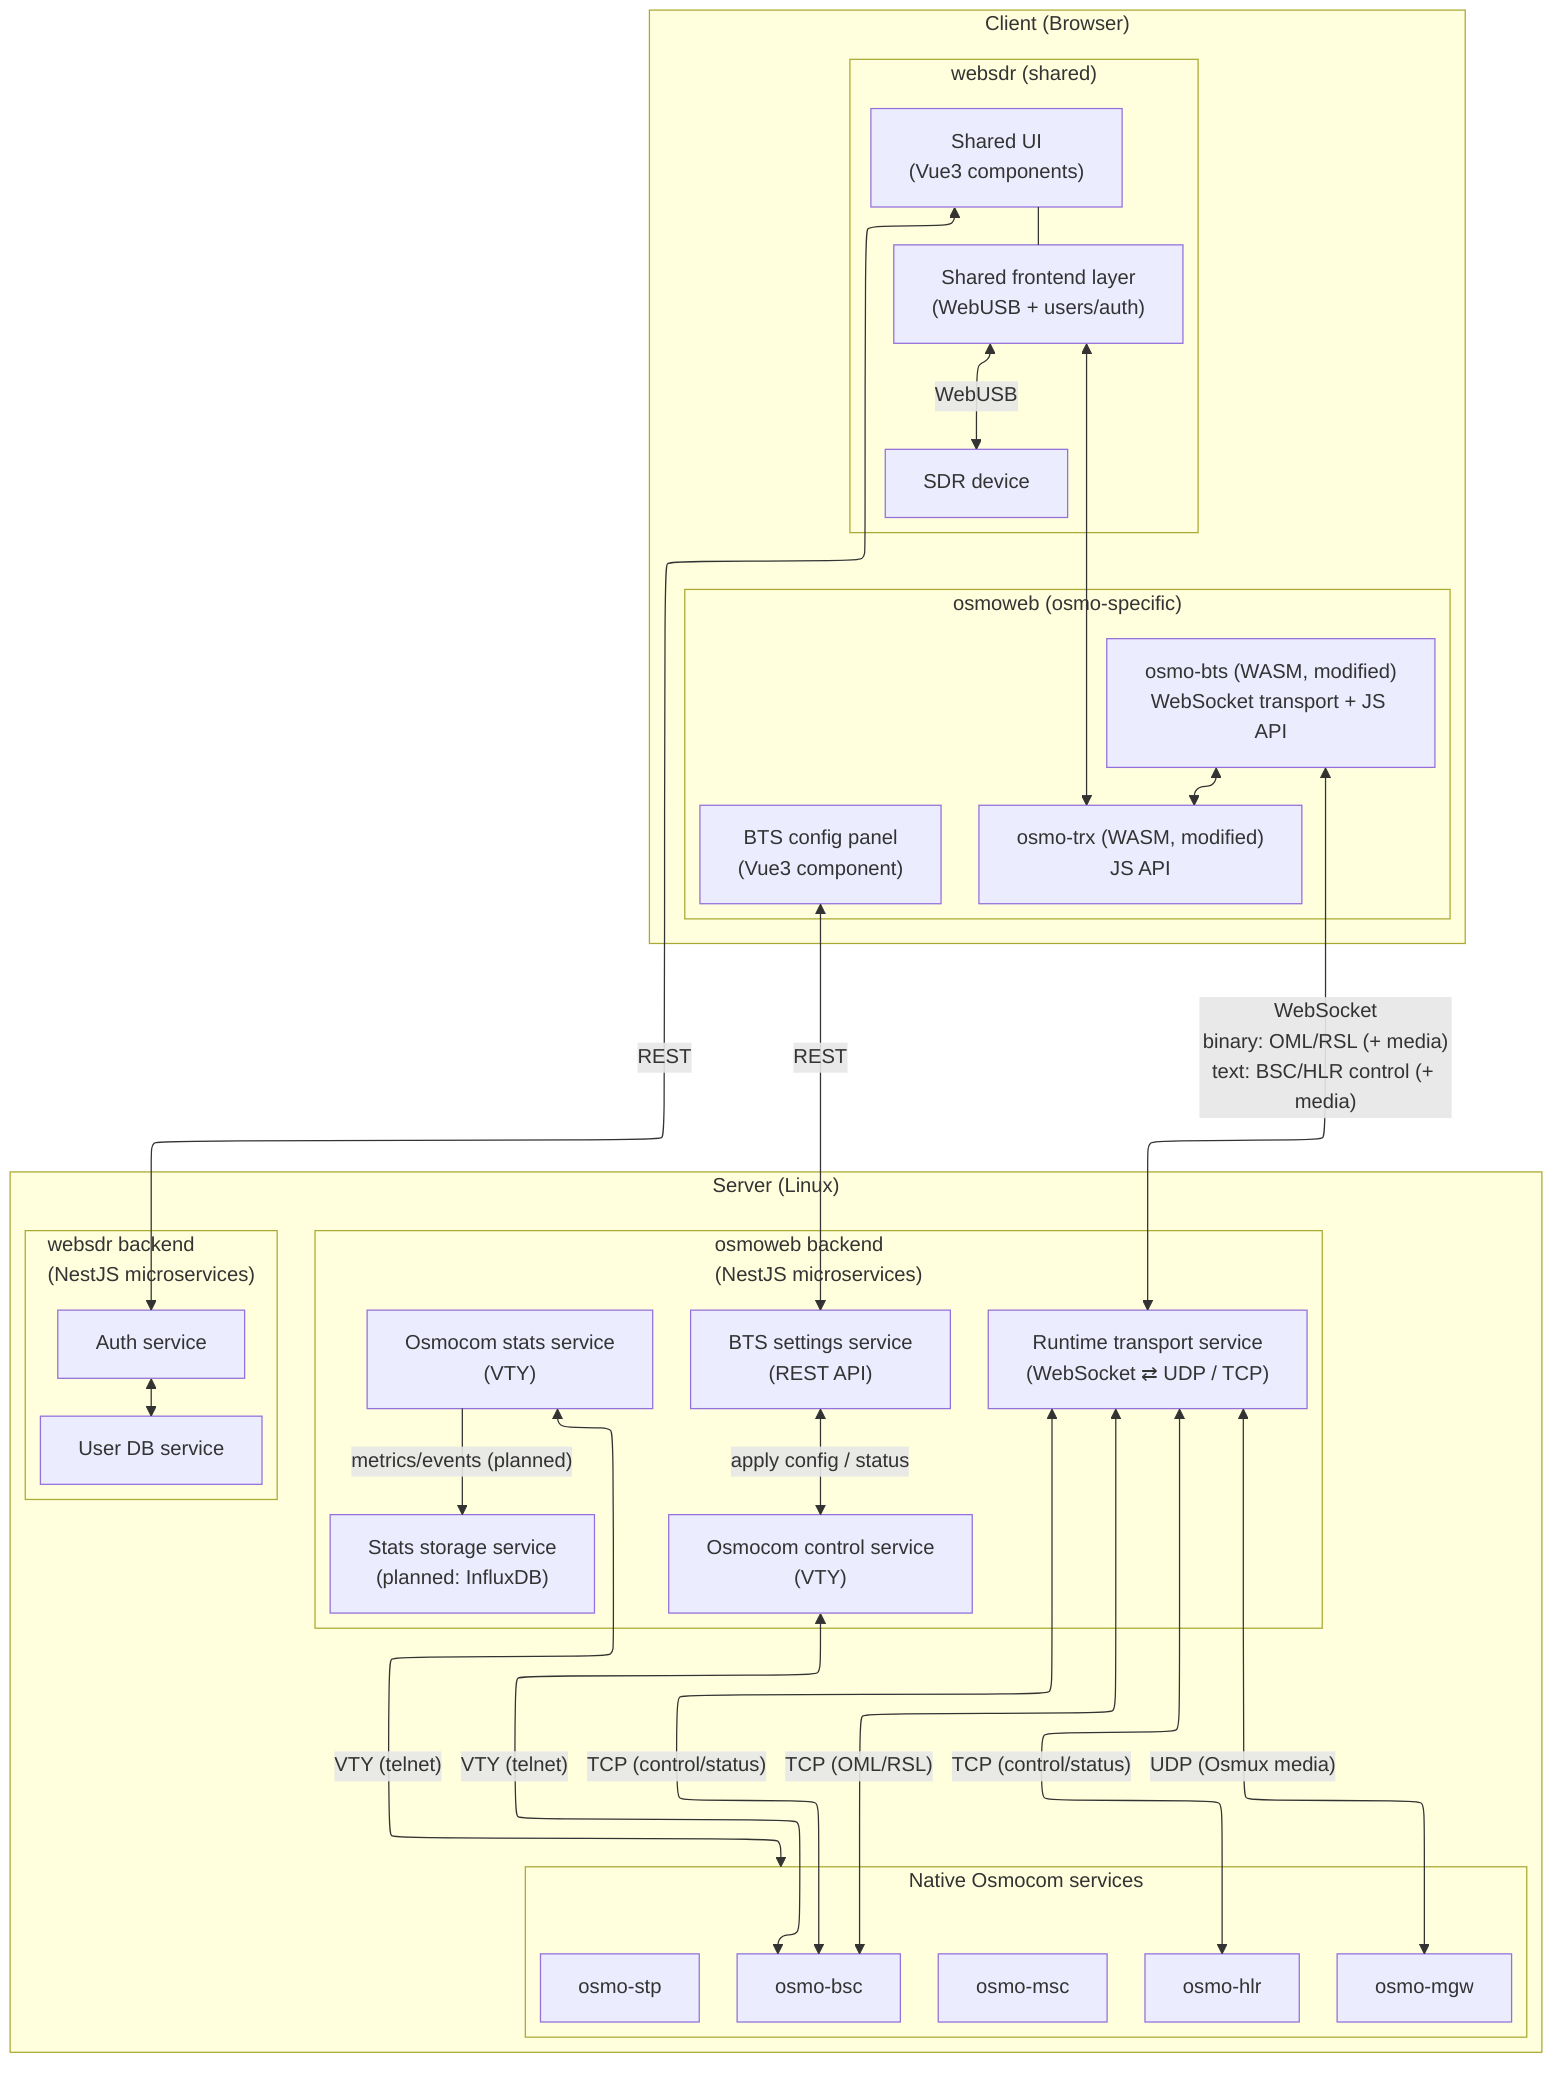
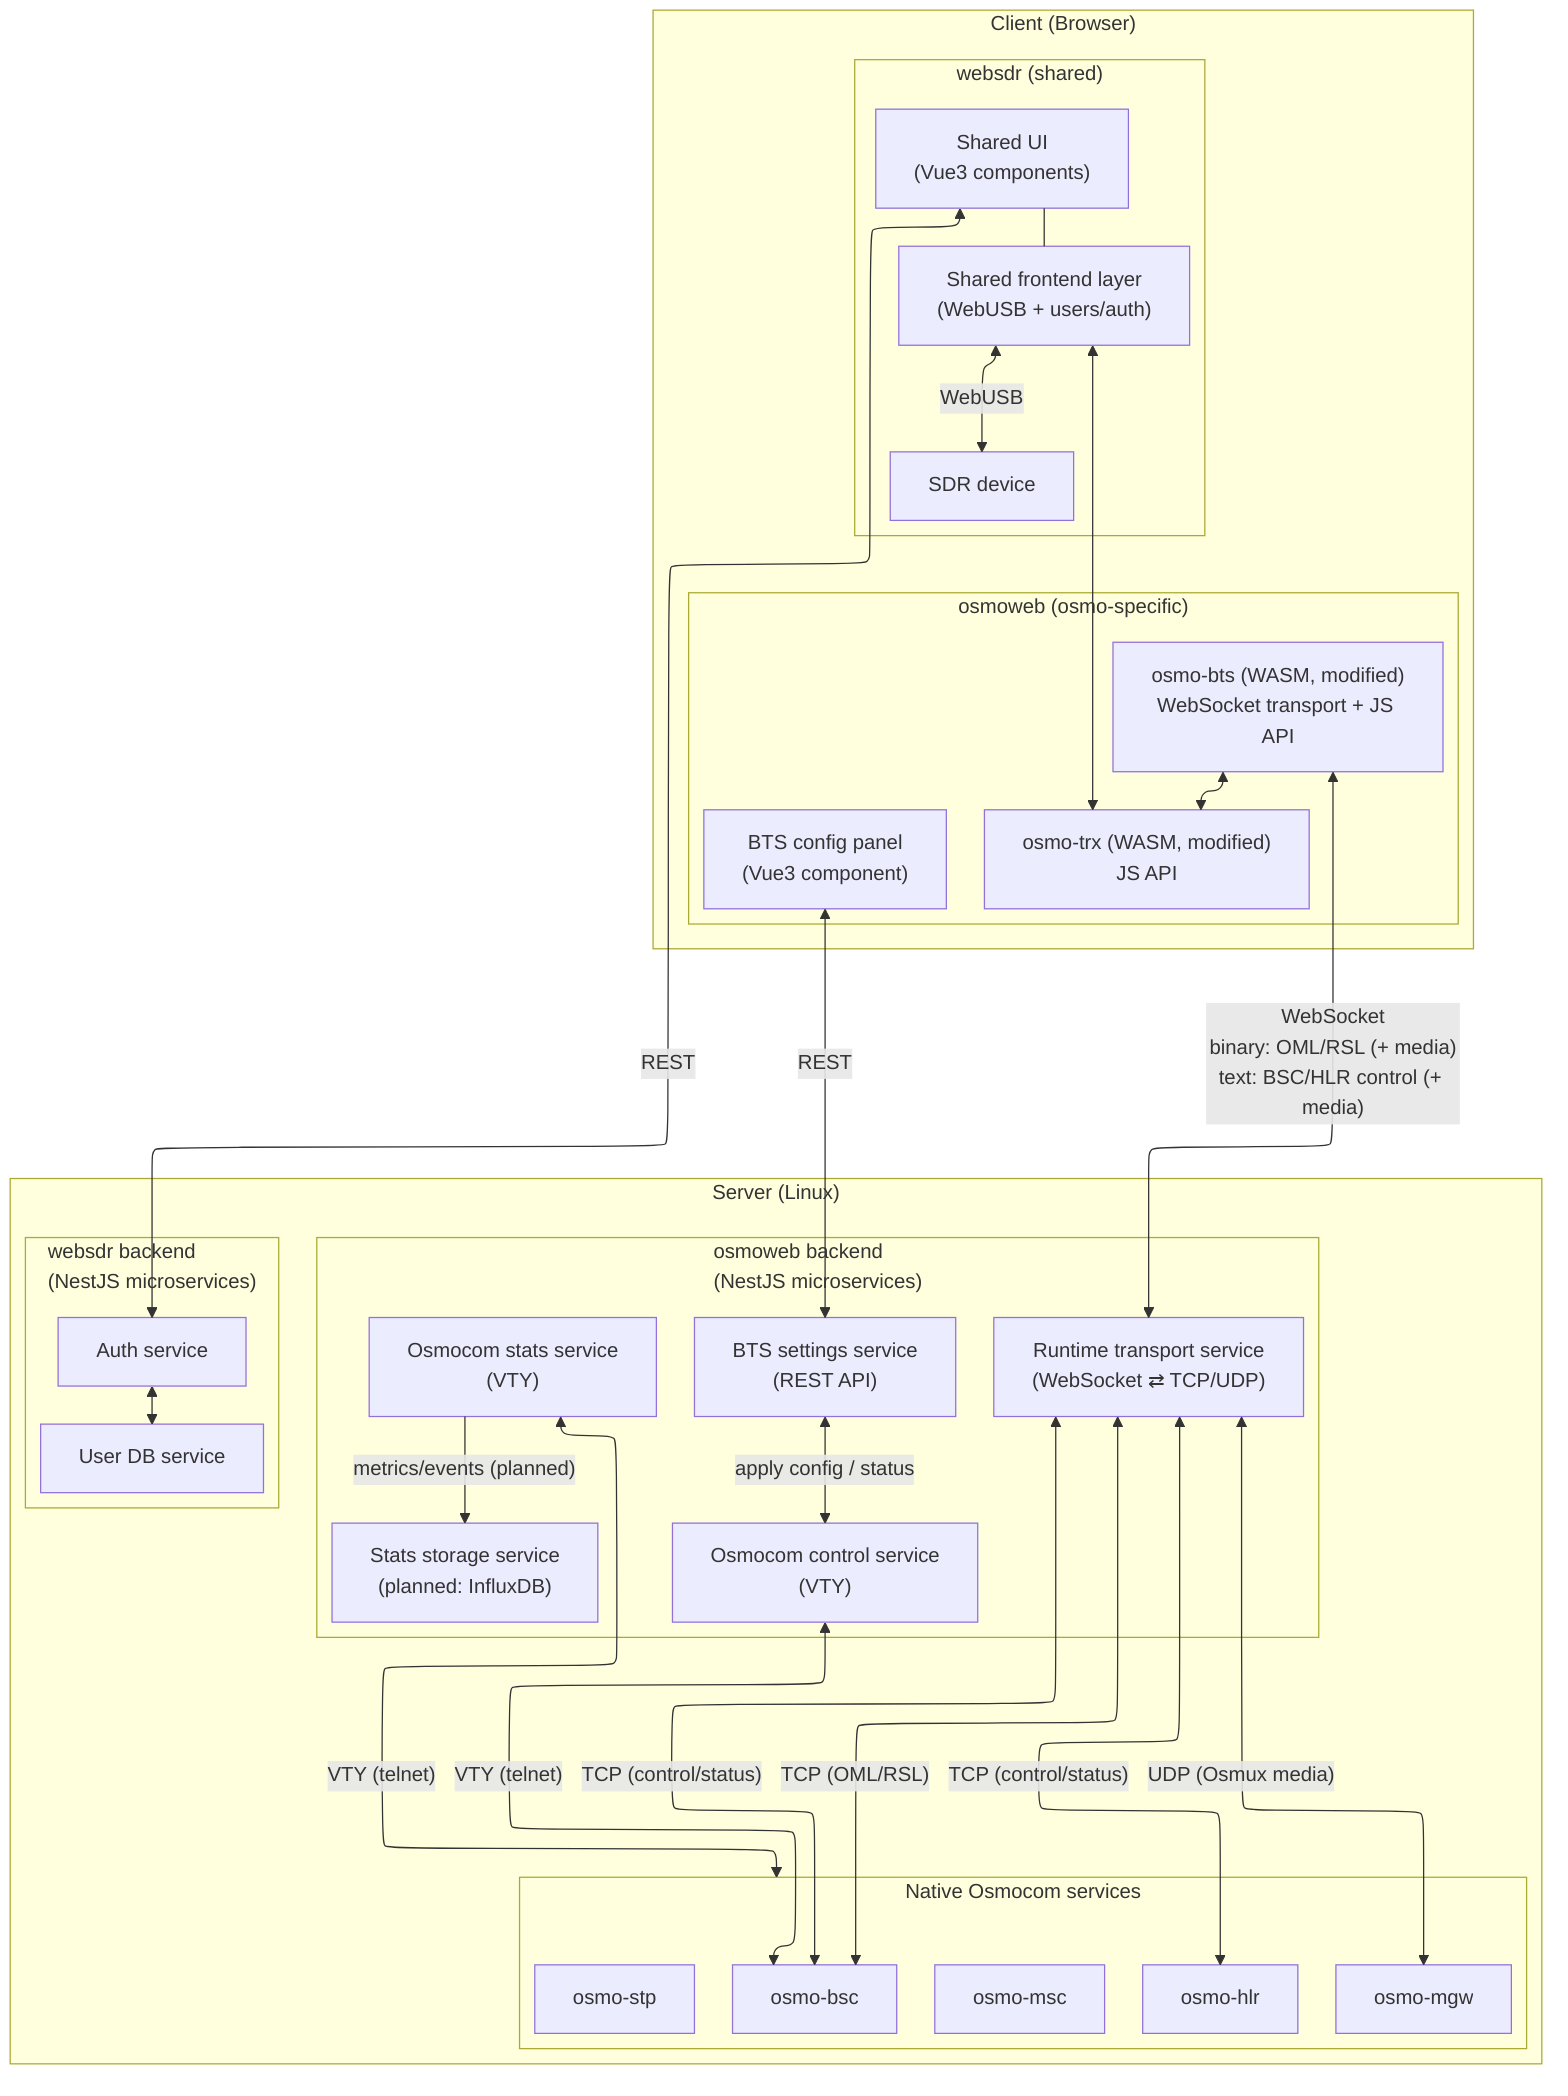
---
config:
  layout: elk
---
flowchart TB
  subgraph Browser["Client (Browser)"]
    subgraph WSDR["websdr (shared)"]
      SDR["SDR device"]
      UI["Shared UI<br/>(Vue3 components)"]
      WCORE["Shared frontend layer<br/>(WebUSB + users/auth)"]
      UI --- WCORE
      WCORE <--> |"WebUSB"| SDR
    end

    subgraph OSMOWEB_FE["osmoweb (osmo-specific)"]
      BTSUI["BTS config panel<br/>(Vue3 component)"]
      BTS["osmo-bts (WASM, modified)<br/>WebSocket transport + JS API"]
      TRX["osmo-trx (WASM, modified)<br/>JS API"]
      BTS <--> TRX
    end

    WCORE <--> TRX
  end

  subgraph Server["Server (Linux)"]
    subgraph WSDR_BE["websdr backend<br/>(NestJS microservices)"]
      UDB["User DB service"]
      AUTH["Auth service"]
    end

    subgraph OSMOWEB_BE["osmoweb backend<br/>(NestJS microservices)"]
      BTSAPI["BTS settings service<br/>(REST API)"]
-       RTS["Runtime transport service<br/>(WebSocket ⇄ UDP / TCP)"]
+       RTS["Runtime transport service<br/>(WebSocket ⇄ TCP/UDP)"]
      VTYCTL["Osmocom control service<br/>(VTY)"]
      VTYSTAT["Osmocom stats service<br/>(VTY)"]
      TSDBS["Stats storage service<br/>(planned: InfluxDB)"]

      BTSAPI <--> |"apply config / status"| VTYCTL
    end

    subgraph OSMO["Native Osmocom services"]
      STP["osmo-stp"]
      HLR["osmo-hlr"]
      MGW["osmo-mgw"]
      MSC["osmo-msc"]
      BSC["osmo-bsc"]
    end

    RTS <--> |"TCP (OML/RSL)"| BSC
    RTS <--> |"TCP (control/status)"| BSC
    RTS <--> |"TCP (control/status)"| HLR
    RTS <--> |"UDP (Osmux media)"| MGW

    VTYCTL <--> |"VTY (telnet)"| BSC
    VTYSTAT <--> |"VTY (telnet)"| OSMO
    VTYSTAT --> |"metrics/events (planned)"| TSDBS
  end

  BTS <--> |"WebSocket<br/>binary: OML/RSL (+ media)<br/>text: BSC/HLR control (+ media)"| RTS

  UI <--> |"REST"| AUTH
  AUTH <--> UDB
  BTSUI <--> |"REST"| BTSAPI
